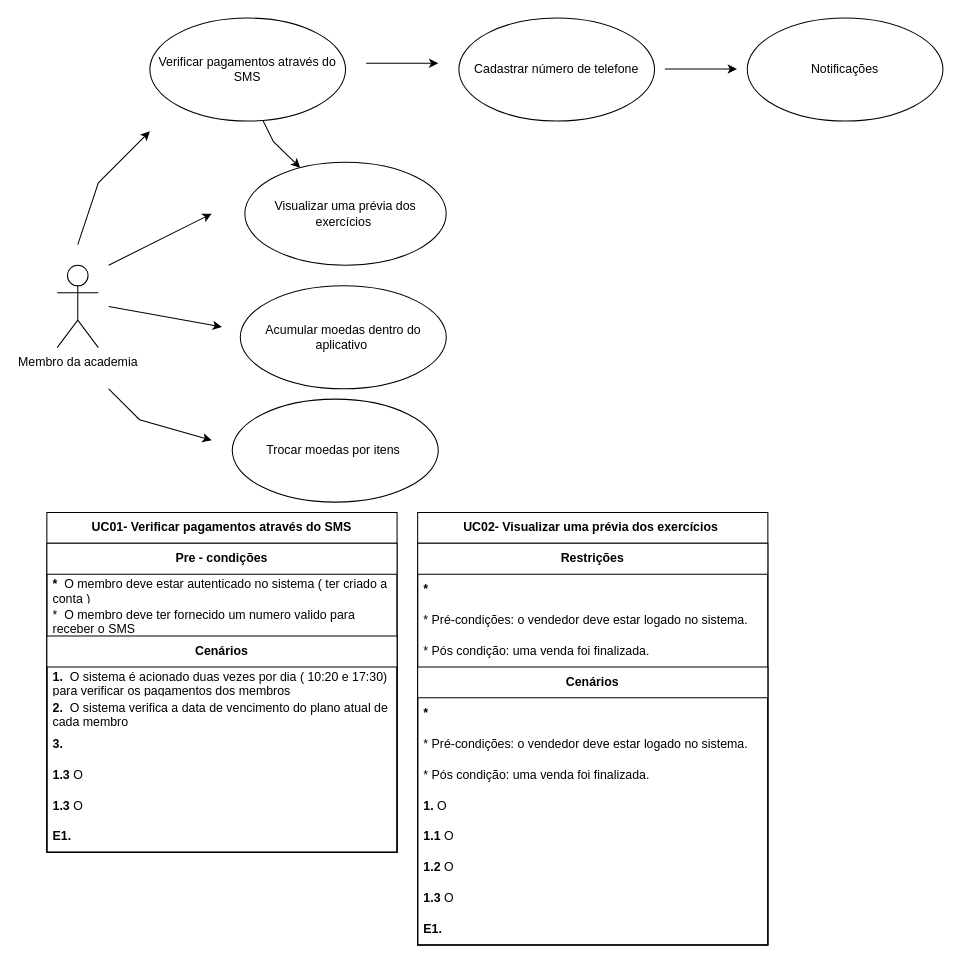
AndyPdN/cadastro_academia keeps this draw.io diagram as Diagrama sem nome.drawio. Above is the earlier version. Source tidied: cells renumbered, new cells numbered last; positions are measured from the earlier drawing's top-left corner, leaving out a move shared by most shapes. Both pictures are drawn from the tidied source at 103%, with x=0, y=0 at pixel (46, 18).
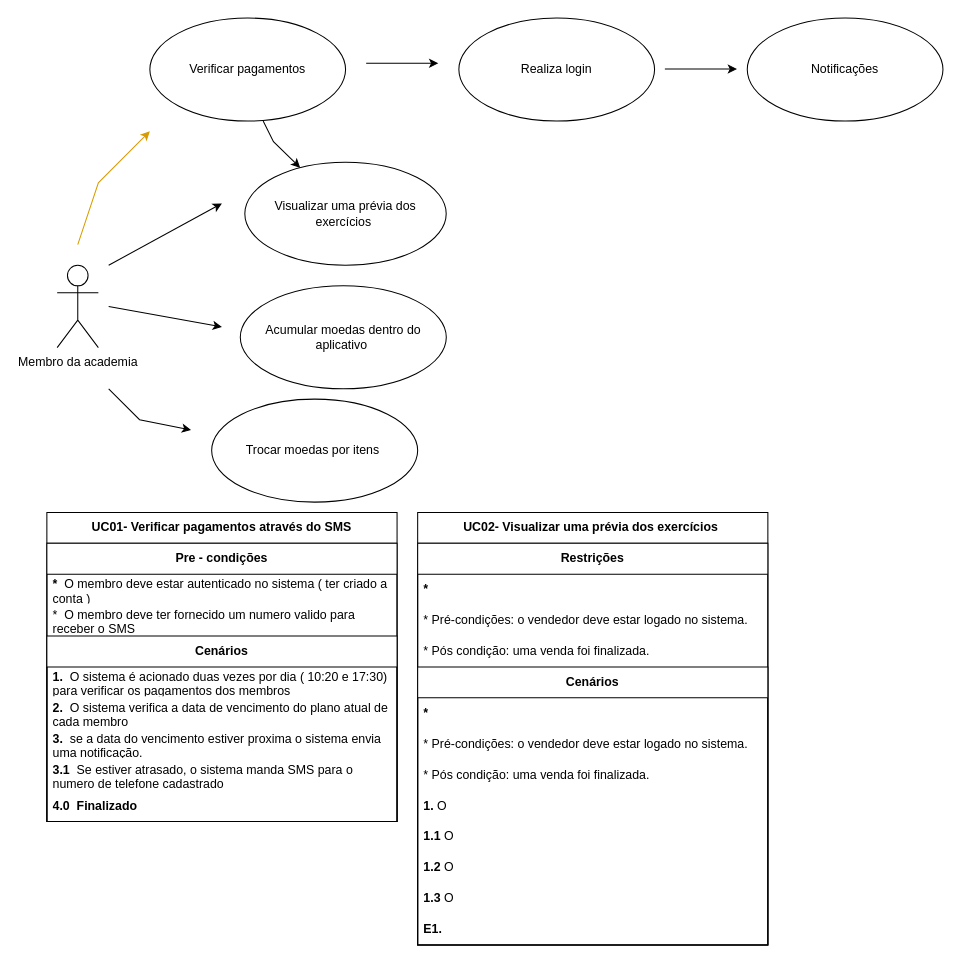
The same diagram, later.

Change to the diagram source:
```diff
@@
-    <mxCell id="3" value="&lt;span style=&quot;border-color: var(--border-color);&quot;&gt;Verificar pagamentos através do SMS&lt;/span&gt;" style="ellipse;whiteSpace=wrap;html=1;" parent="1" vertex="1">
+    <mxCell id="3" value="Verificar pagamentos" style="ellipse;whiteSpace=wrap;html=1;" parent="1" vertex="1">
       <mxGeometry x="100" width="190" height="100" as="geometry" />
     </mxCell>
-    <mxCell id="4" value="Cadastrar número de telefone" style="ellipse;whiteSpace=wrap;html=1;" parent="1" vertex="1">
+    <mxCell id="4" value="Realiza login" style="ellipse;whiteSpace=wrap;html=1;" parent="1" vertex="1">
       <mxGeometry x="400" width="190" height="100" as="geometry" />
     </mxCell>
@@
     <mxCell id="21" style="endArrow=classic;html=1;rounded=0;" parent="1" edge="1">
       <mxGeometry relative="1" as="geometry">
         <mxPoint x="60" y="240" as="sourcePoint" />
-        <mxPoint x="160" y="190" as="targetPoint" />
+        <mxPoint x="170" y="180" as="targetPoint" />
       </mxGeometry>
     </mxCell>
-    <mxCell id="22" style="endArrow=classic;html=1;rounded=0;" parent="1" edge="1">
+    <mxCell id="22" style="endArrow=classic;html=1;rounded=0;fillColor=#ffe6cc;strokeColor=#d79b00;" parent="1" edge="1">
       <mxGeometry relative="1" as="geometry">
         <mxPoint x="30" y="220" as="sourcePoint" />
         <mxPoint x="100" y="110" as="targetPoint" />
         <Array as="points">
           <mxPoint x="50" y="160" />
         </Array>
       </mxGeometry>
     </mxCell>
     <mxCell id="23" value="&lt;b&gt;UC01-&amp;nbsp;Verificar pagamentos através do SMS&lt;/b&gt;" style="swimlane;fontStyle=0;horizontal=1;startSize=30;whiteSpace=wrap;html=1;" parent="1" vertex="1">
-      <mxGeometry y="480" width="340" height="330" as="geometry" />
+      <mxGeometry y="480" width="340" height="300" as="geometry" />
     </mxCell>
     <mxCell id="24" value="&lt;span id=&quot;docs-internal-guid-1f42c7ce-7fff-7f47-b2cc-12b07f72f5e0&quot;&gt;&lt;/span&gt;&lt;span id=&quot;docs-internal-guid-1f42c7ce-7fff-7f47-b2cc-12b07f72f5e0&quot;&gt;&lt;/span&gt;&lt;span id=&quot;docs-internal-guid-1f42c7ce-7fff-7f47-b2cc-12b07f72f5e0&quot;&gt;&lt;/span&gt;&lt;span id=&quot;docs-internal-guid-1f42c7ce-7fff-7f47-b2cc-12b07f72f5e0&quot;&gt;&lt;/span&gt;&lt;b&gt;Pre - condições&lt;/b&gt;" style="swimlane;fontStyle=0;horizontal=1;startSize=30;whiteSpace=wrap;html=1;align=center;" parent="23" vertex="1">
-      <mxGeometry y="30" width="340" height="300" as="geometry" />
+      <mxGeometry y="30" width="340" height="270" as="geometry" />
     </mxCell>
@@
     <mxCell id="27" value="&lt;b style=&quot;border-color: var(--border-color); text-align: left;&quot;&gt;Cenários&lt;/b&gt;" style="swimlane;fontStyle=0;horizontal=1;startSize=30;whiteSpace=wrap;html=1;" parent="24" vertex="1">
-      <mxGeometry y="90" width="340" height="210" as="geometry" />
+      <mxGeometry y="90" width="340" height="180" as="geometry" />
     </mxCell>
@@
-    <mxCell id="30" value="&lt;b&gt;3.&amp;nbsp;&lt;/b&gt;" style="text;strokeColor=none;fillColor=none;align=left;verticalAlign=middle;spacingLeft=4;spacingRight=4;overflow=hidden;whiteSpace=wrap;html=1;" parent="27" vertex="1">
+    <mxCell id="30" value="&lt;b&gt;3.&amp;nbsp; &lt;/b&gt;se a data do vencimento estiver proxima o sistema envia uma notificação.&amp;nbsp;&lt;span id=&quot;docs-internal-guid-8286e000-7fff-90e3-de40-0711eb38f728&quot;&gt;&lt;/span&gt;" style="text;strokeColor=none;fillColor=none;align=left;verticalAlign=middle;spacingLeft=4;spacingRight=4;overflow=hidden;whiteSpace=wrap;html=1;" parent="27" vertex="1">
       <mxGeometry y="90" width="340" height="30" as="geometry" />
     </mxCell>
+    <mxCell id="41" value="&lt;b&gt;3.1&amp;nbsp; &lt;/b&gt;Se estiver atrasado, o sistema manda SMS para o numero de telefone cadastrado&lt;span id=&quot;docs-internal-guid-8286e000-7fff-90e3-de40-0711eb38f728&quot;&gt;&lt;/span&gt;" style="text;strokeColor=none;fillColor=none;align=left;verticalAlign=middle;spacingLeft=4;spacingRight=4;overflow=hidden;whiteSpace=wrap;html=1;" parent="27" vertex="1">
+      <mxGeometry y="120" width="340" height="30" as="geometry" />
+    </mxCell>
-    <mxCell id="31" value="&lt;b&gt;1.3&amp;nbsp;&lt;/b&gt;O&lt;b&gt;&amp;nbsp;&lt;/b&gt;" style="text;strokeColor=none;fillColor=none;align=left;verticalAlign=middle;spacingLeft=4;spacingRight=4;overflow=hidden;whiteSpace=wrap;html=1;" parent="27" vertex="1">
-      <mxGeometry y="120" width="340" height="30" as="geometry" />
+    <mxCell id="31" value="&lt;b&gt;4.0&amp;nbsp; Finalizado&lt;/b&gt;" style="text;strokeColor=none;fillColor=none;align=left;verticalAlign=middle;spacingLeft=4;spacingRight=4;overflow=hidden;whiteSpace=wrap;html=1;" parent="27" vertex="1">
+      <mxGeometry y="150" width="340" height="30" as="geometry" />
     </mxCell>
-    <mxCell id="32" value="&lt;b&gt;1.3&amp;nbsp;&lt;/b&gt;O&lt;b&gt;&amp;nbsp;&lt;/b&gt;" style="text;strokeColor=none;fillColor=none;align=left;verticalAlign=middle;spacingLeft=4;spacingRight=4;overflow=hidden;whiteSpace=wrap;html=1;" parent="27" vertex="1">
-      <mxGeometry y="150" width="340" height="30" as="geometry" />
-    </mxCell>
-    <mxCell id="33" value="&lt;b&gt;E1.&lt;/b&gt;" style="text;strokeColor=none;fillColor=none;align=left;verticalAlign=middle;spacingLeft=4;spacingRight=4;overflow=hidden;whiteSpace=wrap;html=1;" parent="27" vertex="1">
-      <mxGeometry y="180" width="340" height="30" as="geometry" />
-    </mxCell>
@@
     <mxCell id="35" value="Trocar moedas por itens&amp;nbsp;" style="ellipse;whiteSpace=wrap;html=1;" parent="1" vertex="1">
-      <mxGeometry x="180" y="370" width="200" height="100" as="geometry" />
+      <mxGeometry x="160" y="370" width="200" height="100" as="geometry" />
     </mxCell>
@@
     <mxCell id="37" style="endArrow=classic;html=1;rounded=0;" parent="1" edge="1">
       <mxGeometry relative="1" as="geometry">
         <mxPoint x="60" y="360" as="sourcePoint" />
-        <mxPoint x="160" y="410" as="targetPoint" />
+        <mxPoint x="140" y="400" as="targetPoint" />
         <Array as="points">
           <mxPoint x="90" y="390" />
         </Array>
       </mxGeometry>
     </mxCell>
```
